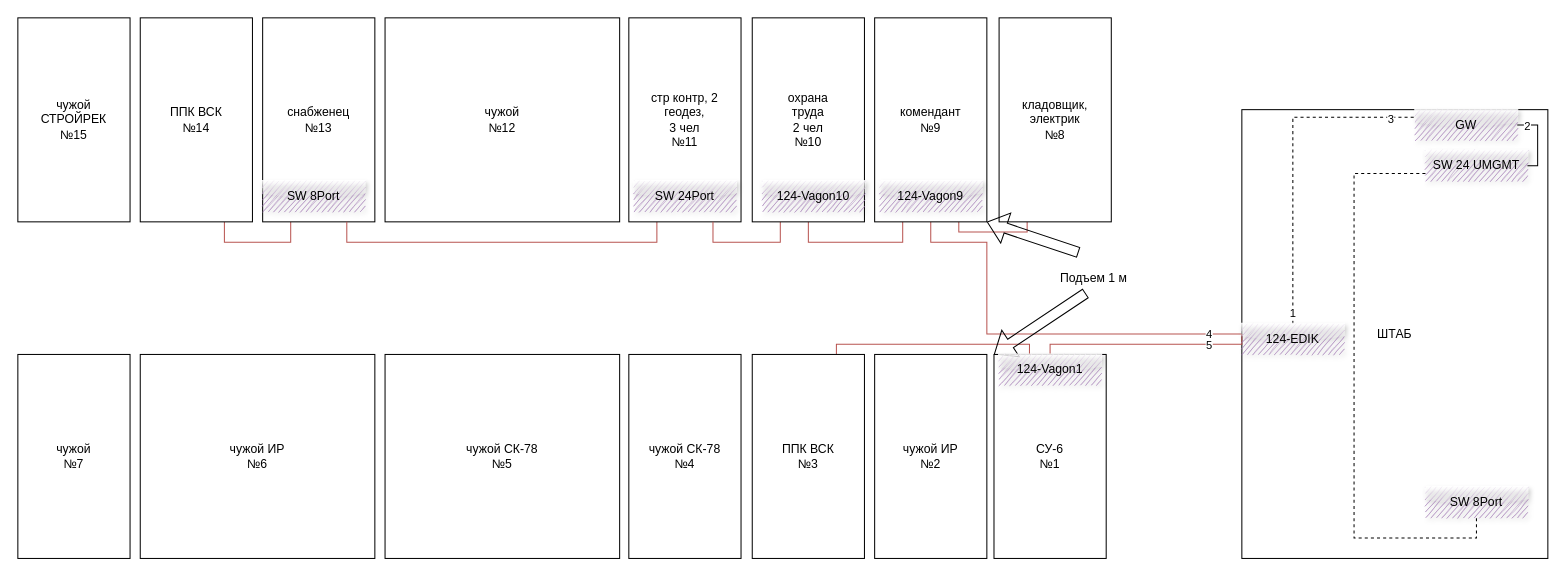
Before: Pet17-1.drawio in geoizol/ni, a draw.io diagram. Source tidied: cells renumbered, new cells numbered last; positions are measured from the earlier drawing's top-left corner, leaving out a move shared by most shapes. Both pictures are drawn from the tidied source at 102%, with x=0, y=0 at pixel (17, 17).
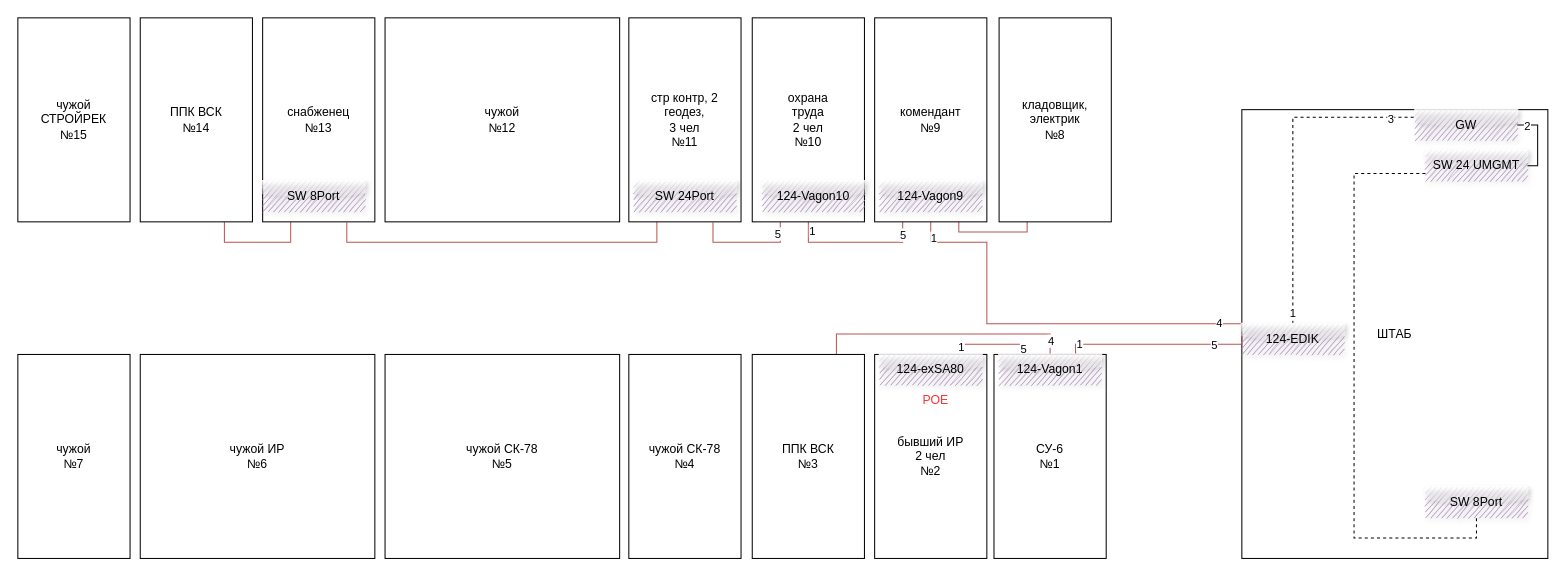
The same page after the edit.

The change refers to these unchanged cells:
```xml
<mxCell id="4" value="ШТАБ" style="rounded=0;whiteSpace=wrap;html=1;" parent="1" vertex="1">
  <mxGeometry x="1200" y="90" width="300" height="440" as="geometry" />
</mxCell>
<mxCell id="10" style="edgeStyle=orthogonalEdgeStyle;rounded=0;jettySize=auto;html=1;exitX=0.5;exitY=1;exitDx=0;exitDy=0;entryX=0.25;entryY=1;entryDx=0;entryDy=0;endArrow=none;endFill=0;fillColor=#f8cecc;strokeColor=#b85450;" parent="1" edge="1" source="12" target="14">
  <mxGeometry relative="1" as="geometry" />
</mxCell>
<mxCell id="11" style="edgeStyle=orthogonalEdgeStyle;rounded=0;jettySize=auto;html=1;exitX=0.25;exitY=1;exitDx=0;exitDy=0;entryX=0.75;entryY=1;entryDx=0;entryDy=0;endArrow=none;endFill=0;fillColor=#f8cecc;strokeColor=#b85450;" parent="1" edge="1" source="12" target="9">
  <mxGeometry relative="1" as="geometry" />
</mxCell>
<mxCell id="14" value="комендант&lt;br&gt;№9" style="rounded=0;whiteSpace=wrap;html=1;" parent="1" vertex="1">
  <mxGeometry x="840" width="110" height="200" as="geometry" />
</mxCell>
<mxCell id="20" value="ППК ВСК&lt;br&gt;№3" style="rounded=0;whiteSpace=wrap;html=1;" parent="1" vertex="1">
  <mxGeometry x="720" y="330" width="110" height="200" as="geometry" />
</mxCell>
<mxCell id="22" value="СУ-6&lt;br&gt;№1" style="rounded=0;whiteSpace=wrap;html=1;" parent="1" vertex="1">
  <mxGeometry x="957" y="330" width="110" height="200" as="geometry" />
</mxCell>
<mxCell id="44" value="124-Vagon1" style="text;html=1;strokeColor=none;fillColor=#A680B8;align=center;verticalAlign=middle;whiteSpace=wrap;rounded=0;fillStyle=auto;shadow=1;glass=1;sketch=1;" parent="1" vertex="1">
  <mxGeometry x="962" y="330" width="100" height="30" as="geometry" />
</mxCell>
```

Change to the diagram source:
```diff
@@
     <mxCell id="2" style="edgeStyle=orthogonalEdgeStyle;rounded=0;jettySize=auto;html=1;exitX=0;exitY=0.5;exitDx=0;exitDy=0;entryX=0.5;entryY=1;entryDx=0;entryDy=0;endArrow=none;endFill=0;fillColor=#f8cecc;strokeColor=#b85450;" parent="1" edge="1" source="4" target="14">
       <mxGeometry relative="1" as="geometry">
         <Array as="points">
-          <mxPoint x="950" y="310" />
+          <mxPoint x="1200" y="300" />
+          <mxPoint x="950" y="300" />
           <mxPoint x="950" y="220" />
           <mxPoint x="895" y="220" />
         </Array>
       </mxGeometry>
     </mxCell>
@@
+    <mxCell id="46" value="1" style="edgeLabel;html=1;align=center;verticalAlign=middle;fontColor=#000000;" parent="2" vertex="1">
+      <mxGeometry x="0.93" y="-2" relative="1" as="geometry" />
+    </mxCell>
@@
+    <mxCell id="47" value="5" style="edgeLabel;html=1;align=center;verticalAlign=middle;fontColor=#000000;" parent="10" vertex="1">
+      <mxGeometry x="0.83" y="1" relative="1" as="geometry">
+        <mxPoint x="1" y="1" as="offset" />
+      </mxGeometry>
+    </mxCell>
+    <mxCell id="48" value="1" style="edgeLabel;html=1;align=center;verticalAlign=middle;fontColor=#000000;" parent="10" vertex="1">
+      <mxGeometry x="-0.88" y="3" relative="1" as="geometry" />
+    </mxCell>
@@
+    <mxCell id="49" value="5" style="edgeLabel;html=1;align=center;verticalAlign=middle;fontColor=#000000;" parent="11" vertex="1">
+      <mxGeometry x="-0.79" y="-3" relative="1" as="geometry" />
+    </mxCell>
@@
-    <mxCell id="19" style="edgeStyle=orthogonalEdgeStyle;rounded=0;jettySize=auto;html=1;exitX=0.75;exitY=0;exitDx=0;exitDy=0;entryX=0.316;entryY=0.002;entryDx=0;entryDy=0;entryPerimeter=0;endArrow=none;endFill=0;fillColor=#f8cecc;strokeColor=#b85450;" parent="1" edge="1" source="20" target="22">
+    <mxCell id="19" style="edgeStyle=orthogonalEdgeStyle;rounded=0;jettySize=auto;html=1;exitX=0.75;exitY=0;exitDx=0;exitDy=0;entryX=0.5;entryY=0;entryDx=0;entryDy=0;endArrow=none;endFill=0;fillColor=#f8cecc;strokeColor=#b85450;" parent="1" edge="1" source="20" target="44">
       <mxGeometry relative="1" as="geometry">
         <Array as="points">
-          <mxPoint x="803" y="320" />
-          <mxPoint x="992" y="320" />
+          <mxPoint x="803" y="310" />
+          <mxPoint x="1012" y="310" />
         </Array>
       </mxGeometry>
     </mxCell>
+    <mxCell id="50" value="4" style="edgeLabel;html=1;align=center;verticalAlign=middle;fontColor=#000000;" parent="19" vertex="1">
+      <mxGeometry x="0.89" relative="1" as="geometry" />
+    </mxCell>
@@
+    <mxCell id="51" style="edgeStyle=orthogonalEdgeStyle;rounded=0;jettySize=auto;html=1;exitX=0.75;exitY=0;exitDx=0;exitDy=0;entryX=0.25;entryY=0;entryDx=0;entryDy=0;endArrow=none;endFill=0;fillColor=#f8cecc;strokeColor=#b85450;" parent="1" edge="1" source="21" target="44">
+      <mxGeometry relative="1" as="geometry">
+        <Array as="points">
+          <mxPoint x="923" y="320" />
+          <mxPoint x="987" y="320" />
+        </Array>
+      </mxGeometry>
+    </mxCell>
+    <mxCell id="52" value="1" style="edgeLabel;html=1;align=center;verticalAlign=middle;fontColor=#000000;" parent="51" vertex="1">
+      <mxGeometry x="-0.81" y="-1" relative="1" as="geometry">
+        <mxPoint x="1" as="offset" />
+      </mxGeometry>
+    </mxCell>
+    <mxCell id="53" value="5" style="edgeLabel;html=1;align=center;verticalAlign=middle;fontColor=#000000;" parent="51" vertex="1">
+      <mxGeometry x="0.86" y="-2" relative="1" as="geometry" />
+    </mxCell>
-    <mxCell id="21" value="чужой ИР&lt;br&gt;№2" style="rounded=0;whiteSpace=wrap;html=1;" parent="1" vertex="1">
+    <mxCell id="21" value="бывший ИР&lt;br&gt;2 чел&lt;br&gt;№2" style="rounded=0;whiteSpace=wrap;html=1;" parent="1" vertex="1">
       <mxGeometry x="840" y="330" width="110" height="200" as="geometry" />
     </mxCell>
@@
-    <mxCell id="23" style="edgeStyle=orthogonalEdgeStyle;rounded=0;jettySize=auto;html=1;entryX=0.5;entryY=0;entryDx=0;entryDy=0;endArrow=none;endFill=0;fillColor=#f8cecc;strokeColor=#b85450;exitX=0;exitY=0.5;exitDx=0;exitDy=0;" parent="1" edge="1" source="4" target="22">
+    <mxCell id="23" style="edgeStyle=orthogonalEdgeStyle;rounded=0;jettySize=auto;html=1;entryX=0.75;entryY=0;entryDx=0;entryDy=0;endArrow=none;endFill=0;fillColor=#f8cecc;strokeColor=#b85450;exitX=0;exitY=0.5;exitDx=0;exitDy=0;" parent="1" edge="1" source="4" target="44">
       <mxGeometry relative="1" as="geometry">
         <Array as="points">
           <mxPoint x="1200" y="320" />
-          <mxPoint x="1012" y="320" />
+          <mxPoint x="1037" y="320" />
         </Array>
       </mxGeometry>
     </mxCell>
@@
+    <mxCell id="54" value="&lt;font color=&quot;#000000&quot;&gt;1&lt;/font&gt;" style="edgeLabel;html=1;align=center;verticalAlign=middle;fontColor=#FF3333;" parent="23" vertex="1">
+      <mxGeometry x="0.86" y="-1" relative="1" as="geometry" />
+    </mxCell>
@@
-    <mxCell id="30" value="Подъем 1 м" style="text;html=1;strokeColor=none;fillColor=none;align=center;verticalAlign=middle;whiteSpace=wrap;rounded=0;" parent="1" vertex="1">
-      <mxGeometry x="1020" y="240" width="70" height="30" as="geometry" />
-    </mxCell>
@@
-    <mxCell id="39" style="shape=flexArrow;endArrow=classic;html=1;rounded=0;" parent="1" edge="1">
-      <mxGeometry relative="1" as="geometry">
-        <mxPoint x="1047" y="270" as="sourcePoint" />
-        <mxPoint x="957" y="330" as="targetPoint" />
-      </mxGeometry>
-    </mxCell>
-    <mxCell id="40" style="shape=flexArrow;endArrow=classic;html=1;rounded=0;" parent="1" edge="1">
-      <mxGeometry relative="1" as="geometry">
-        <mxPoint x="1040" y="230" as="sourcePoint" />
-        <mxPoint x="950" y="200" as="targetPoint" />
-      </mxGeometry>
-    </mxCell>
@@
+    <mxCell id="55" value="124-exSA80" style="text;html=1;strokeColor=none;fillColor=#A680B8;align=center;verticalAlign=middle;whiteSpace=wrap;rounded=0;fillStyle=auto;shadow=1;glass=1;sketch=1;" parent="1" vertex="1">
+      <mxGeometry x="845" y="330" width="100" height="30" as="geometry" />
+    </mxCell>
+    <mxCell id="56" value="POE" style="text;html=1;align=center;verticalAlign=middle;whiteSpace=wrap;rounded=0;fontColor=#FF3333;" parent="1" vertex="1">
+      <mxGeometry x="870" y="360" width="60" height="30" as="geometry" />
+    </mxCell>
```
